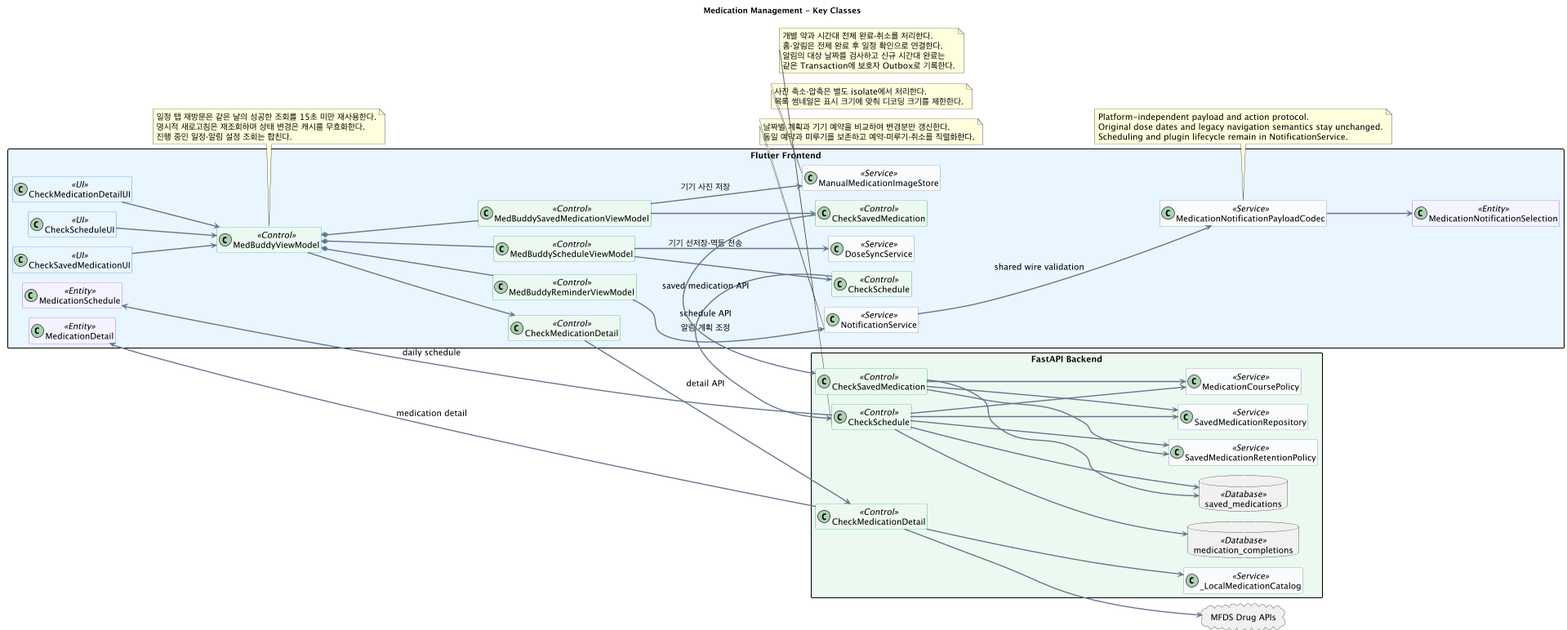
Above: docs/UML/class/03_MedicationManagement.png in 1window2/MedBuddy (PlantUML), before the change.
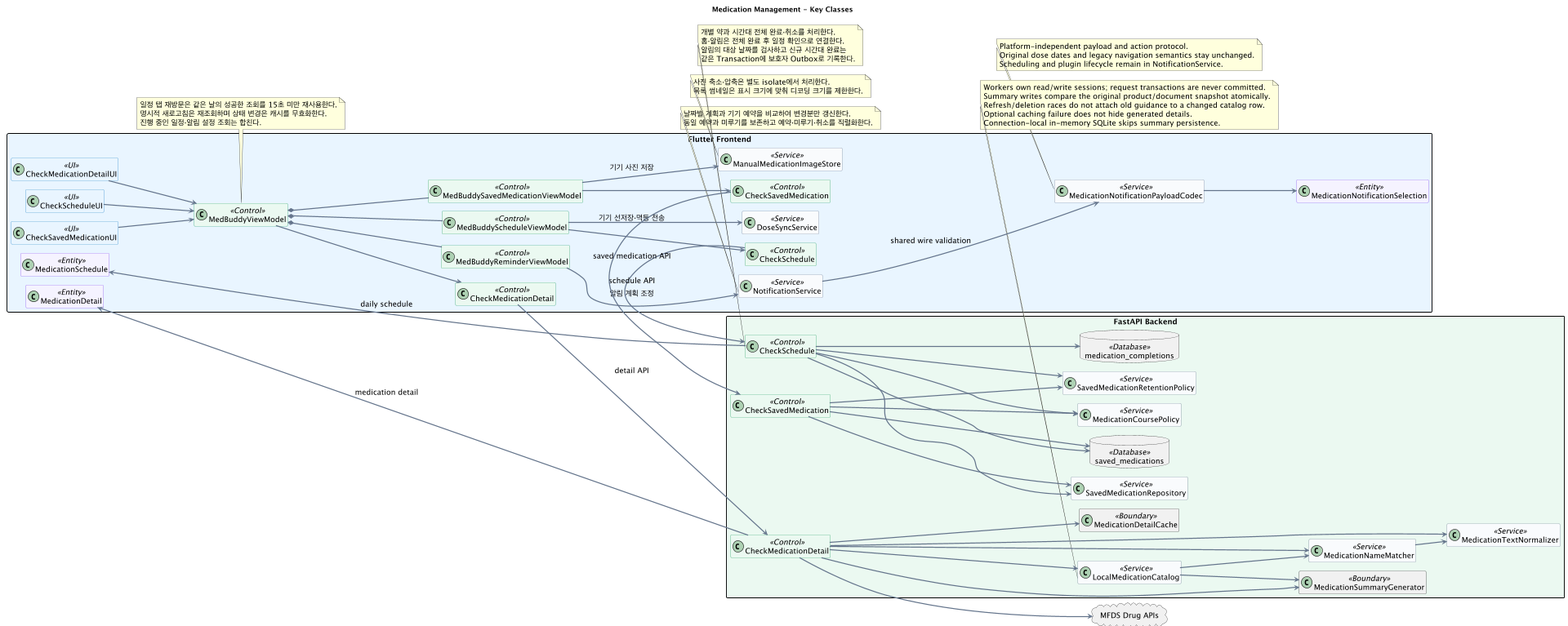
After the commit.

Change to the diagram source:
```diff
@@ -1,5 +1,4 @@
 @startuml
-!pragma layout smetana
 allowmixing
 scale max 1920 width
 left to right direction
@@ -58,7 +57,11 @@
   class MedicationCoursePolicy <<Service>>
   class SavedMedicationRetentionPolicy <<Service>>
   class SavedMedicationRepository <<Service>>
-  class "_LocalMedicationCatalog" as LocalMedicationCatalog <<Service>>
+  class LocalMedicationCatalog <<Service>>
+  class MedicationTextNormalizer <<Service>>
+  class MedicationNameMatcher <<Service>>
+  class MedicationDetailCache <<Boundary>>
+  class MedicationSummaryGenerator <<Boundary>>
   database "saved_medications" as DBSavedMedication <<Database>>
   database "medication_completions" as DBMedicationCompletion <<Database>>
 }
@@ -122,6 +125,20 @@
 BCheckSavedMedication --> DBSavedMedication
 
 BCheckMedicationDetail --> LocalMedicationCatalog
+BCheckMedicationDetail --> MedicationTextNormalizer
+BCheckMedicationDetail --> MedicationNameMatcher
+BCheckMedicationDetail --> MedicationDetailCache
+BCheckMedicationDetail --> MedicationSummaryGenerator
+LocalMedicationCatalog --> MedicationNameMatcher
+LocalMedicationCatalog --> MedicationSummaryGenerator
+MedicationNameMatcher --> MedicationTextNormalizer
+note bottom of LocalMedicationCatalog
+  Workers own read/write sessions; request transactions are never committed.
+  Summary writes compare the original product/document snapshot atomically.
+  Refresh/deletion races do not attach old guidance to a changed catalog row.
+  Optional caching failure does not hide generated details.
+  Connection-local in-memory SQLite skips summary persistence.
+end note
 BCheckMedicationDetail --> MFDS
 
 BCheckSchedule --> FMedicationSchedule : daily schedule
```
